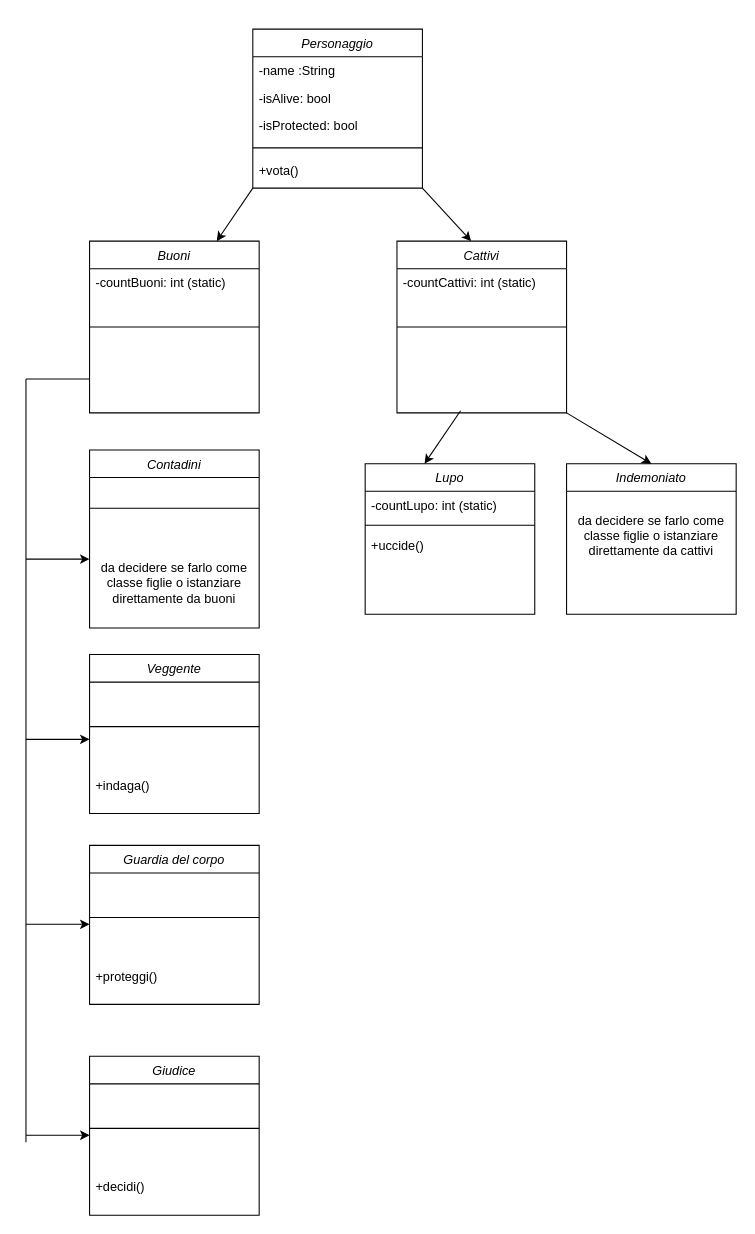
Above: Untitled Diagram.drawio in emanuel-epifani/LupusInTabula_Angular-Java-MySQL (draw.io), before the change. Source tidied: cells renumbered, new cells numbered last; positions are measured from the earlier drawing's top-left corner, leaving out a move shared by most shapes. Both pictures are drawn from the tidied source at 106%, with x=0, y=0 at pixel (25, 29).
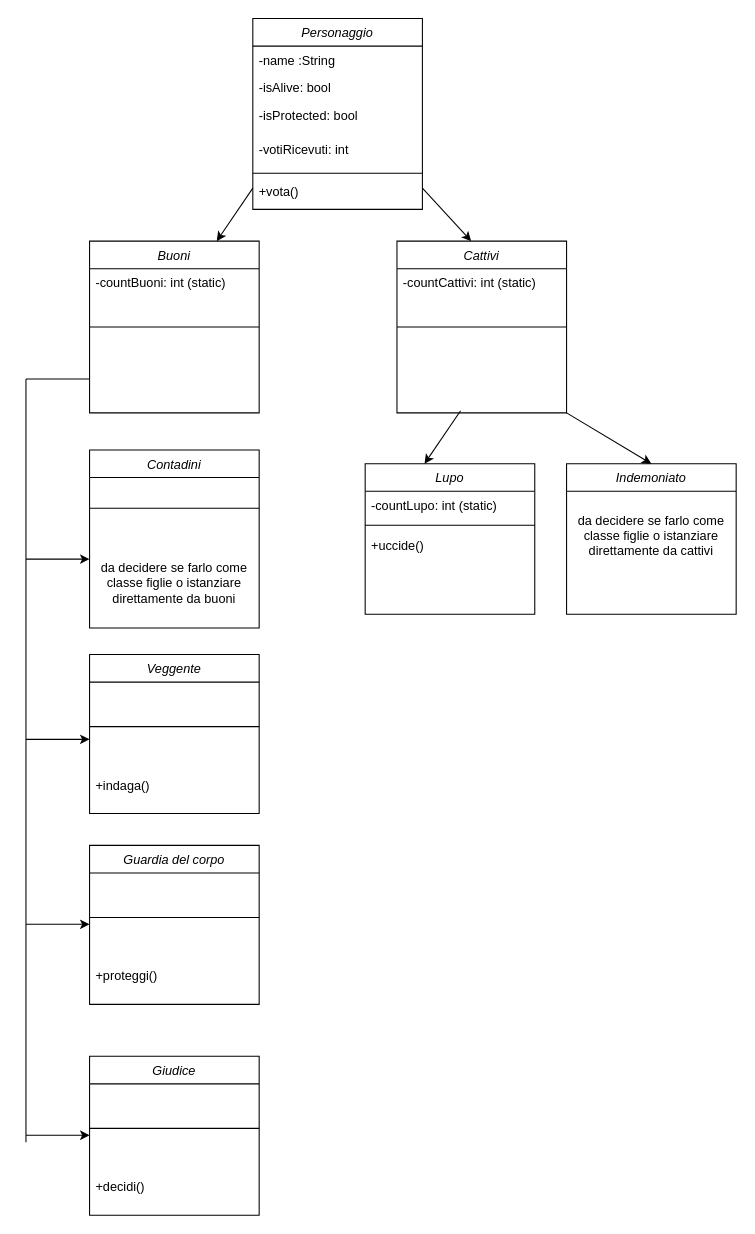
Above is the later version.

Commit message:
add votiRicevuti alla classe Personaggio

What changed in the source:
```diff
@@
     <mxCell id="2" value="Personaggio" style="swimlane;fontStyle=2;align=center;verticalAlign=top;horizontal=1;startSize=26;rounded=0;shadow=0;strokeWidth=1;" parent="1" vertex="1">
-      <mxGeometry x="214" width="160" height="150" as="geometry" />
+      <mxGeometry x="214" y="-10" width="160" height="180" as="geometry" />
     </mxCell>
@@
     <mxCell id="5" value="-isProtected: bool" style="text;align=left;verticalAlign=top;spacingLeft=4;spacingRight=4;overflow=hidden;rounded=0;shadow=0;html=0;" parent="2" vertex="1">
-      <mxGeometry y="78" width="160" height="26" as="geometry" />
+      <mxGeometry y="78" width="160" height="32" as="geometry" />
     </mxCell>
+    <mxCell id="42" value="-votiRicevuti: int" style="text;align=left;verticalAlign=top;spacingLeft=4;spacingRight=4;overflow=hidden;rounded=0;shadow=0;html=0;" parent="2" vertex="1">
+      <mxGeometry y="110" width="160" height="32" as="geometry" />
+    </mxCell>
     <mxCell id="6" style="line;html=1;strokeWidth=1;align=left;verticalAlign=middle;spacingTop=-1;spacingLeft=3;spacingRight=3;labelPosition=right;" parent="2" vertex="1">
-      <mxGeometry y="104" width="160" height="16" as="geometry" />
+      <mxGeometry y="142" width="160" height="8" as="geometry" />
     </mxCell>
     <mxCell id="7" value="+vota() " style="text;align=left;verticalAlign=top;spacingLeft=4;spacingRight=4;overflow=hidden;" parent="2" vertex="1">
-      <mxGeometry y="120" width="160" height="26" as="geometry" />
+      <mxGeometry y="150" width="160" height="26" as="geometry" />
     </mxCell>
```
